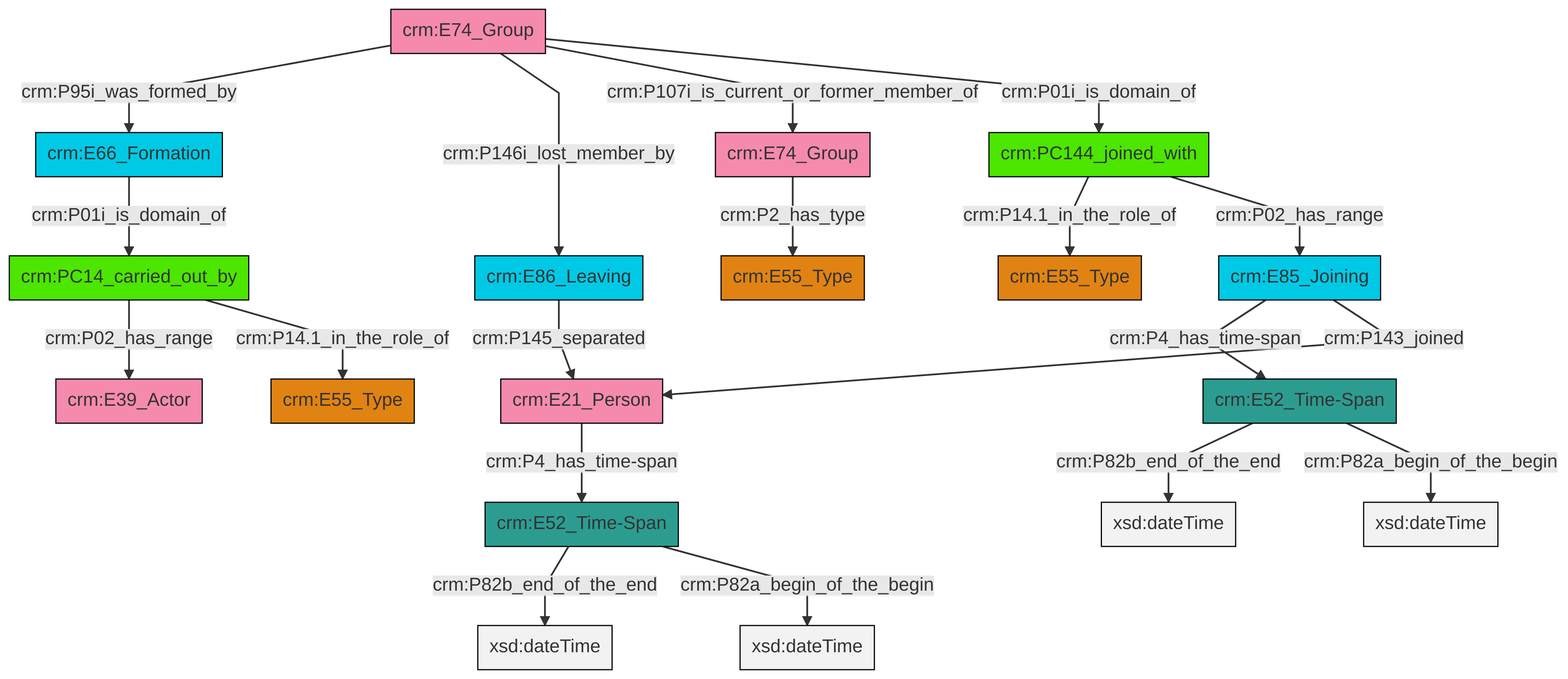
Earlier version of the Mermaid export et/groupCSV/ttl/mmd/png/group_actor_relations.png (swiss-art-research-net/docs.swissartresearch). Its source is kept beside it as et/groupCSV/ttl/mmd/group_actor_relations.ttl.mmd. Its diagram source:
```mermaid
graph TD
classDef Literal fill:#f2f2f2,stroke:#000000;
classDef CRM_Entity fill:#FFFFFF,stroke:#000000;
classDef Temporal_Entity fill:#00C9E6, stroke:#000000;
classDef Type fill:#E18312, stroke:#000000;
classDef Time-Span fill:#2C9C91, stroke:#000000;
classDef Appellation fill:#FFEB7F, stroke:#000000;
classDef Place fill:#008836, stroke:#000000;
classDef Persistent_Item fill:#B266B2, stroke:#000000;
classDef Conceptual_Object fill:#FFD700, stroke:#000000;
classDef Physical_Thing fill:#D2B48C, stroke:#000000;
classDef Actor fill:#f58aad, stroke:#000000;
classDef PC_Classes fill:#4ce600, stroke:#000000;
classDef Multi fill:#cccccc,stroke:#000000;

2["crm:E74_Group"]:::Actor -->|crm:P95i_was_formed_by| 3["crm:E66_Formation"]:::Temporal_Entity
2["crm:E74_Group"]:::Actor -->|crm:P146i_lost_member_by| 6["crm:E86_Leaving"]:::Temporal_Entity
6["crm:E86_Leaving"]:::Temporal_Entity -->|crm:P145_separated| 9["crm:E21_Person"]:::Actor
10["crm:PC144_joined_with"]:::PC_Classes -->|crm:P14.1_in_the_role_of| 0["crm:E55_Type"]:::Type
9["crm:E21_Person"]:::Actor -->|crm:P4_has_time-span| 12["crm:E52_Time-Span"]:::Time-Span
15["crm:PC14_carried_out_by"]:::PC_Classes -->|crm:P02_has_range| 16["crm:E39_Actor"]:::Actor
18["crm:E85_Joining"]:::Temporal_Entity -->|crm:P4_has_time-span| 19["crm:E52_Time-Span"]:::Time-Span
7["crm:E74_Group"]:::Actor -->|crm:P2_has_type| 20["crm:E55_Type"]:::Type
2["crm:E74_Group"]:::Actor -->|crm:P107i_is_current_or_former_member_of| 7["crm:E74_Group"]:::Actor
12["crm:E52_Time-Span"]:::Time-Span -->|crm:P82b_end_of_the_end| 21[xsd:dateTime]:::Literal
3["crm:E66_Formation"]:::Temporal_Entity -->|crm:P01i_is_domain_of| 15["crm:PC14_carried_out_by"]:::PC_Classes
12["crm:E52_Time-Span"]:::Time-Span -->|crm:P82a_begin_of_the_begin| 22[xsd:dateTime]:::Literal
19["crm:E52_Time-Span"]:::Time-Span -->|crm:P82b_end_of_the_end| 24[xsd:dateTime]:::Literal
10["crm:PC144_joined_with"]:::PC_Classes -->|crm:P02_has_range| 18["crm:E85_Joining"]:::Temporal_Entity
18["crm:E85_Joining"]:::Temporal_Entity -->|crm:P143_joined| 9["crm:E21_Person"]:::Actor
2["crm:E74_Group"]:::Actor -->|crm:P01i_is_domain_of| 10["crm:PC144_joined_with"]:::PC_Classes
15["crm:PC14_carried_out_by"]:::PC_Classes -->|crm:P14.1_in_the_role_of| 4["crm:E55_Type"]:::Type
19["crm:E52_Time-Span"]:::Time-Span -->|crm:P82a_begin_of_the_begin| 32[xsd:dateTime]:::Literal
```
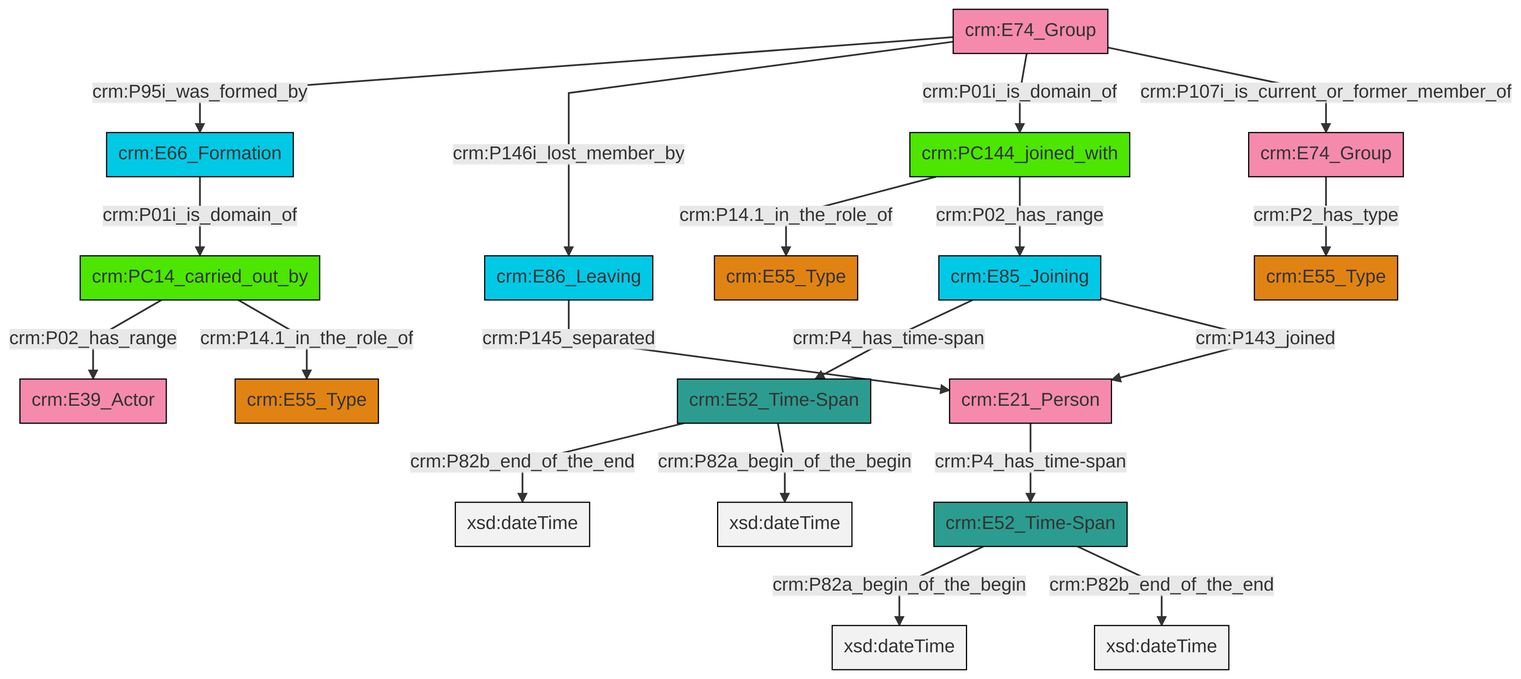
The same diagram one commit later.

Diff of the diagram source:
```diff
@@ -13,21 +13,21 @@
 classDef PC_Classes fill:#4ce600, stroke:#000000;
 classDef Multi fill:#cccccc,stroke:#000000;
 
-2["crm:E74_Group"]:::Actor -->|crm:P95i_was_formed_by| 3["crm:E66_Formation"]:::Temporal_Entity
-2["crm:E74_Group"]:::Actor -->|crm:P146i_lost_member_by| 6["crm:E86_Leaving"]:::Temporal_Entity
-6["crm:E86_Leaving"]:::Temporal_Entity -->|crm:P145_separated| 9["crm:E21_Person"]:::Actor
-10["crm:PC144_joined_with"]:::PC_Classes -->|crm:P14.1_in_the_role_of| 0["crm:E55_Type"]:::Type
-9["crm:E21_Person"]:::Actor -->|crm:P4_has_time-span| 12["crm:E52_Time-Span"]:::Time-Span
-15["crm:PC14_carried_out_by"]:::PC_Classes -->|crm:P02_has_range| 16["crm:E39_Actor"]:::Actor
-18["crm:E85_Joining"]:::Temporal_Entity -->|crm:P4_has_time-span| 19["crm:E52_Time-Span"]:::Time-Span
-7["crm:E74_Group"]:::Actor -->|crm:P2_has_type| 20["crm:E55_Type"]:::Type
-2["crm:E74_Group"]:::Actor -->|crm:P107i_is_current_or_former_member_of| 7["crm:E74_Group"]:::Actor
-12["crm:E52_Time-Span"]:::Time-Span -->|crm:P82b_end_of_the_end| 21[xsd:dateTime]:::Literal
-3["crm:E66_Formation"]:::Temporal_Entity -->|crm:P01i_is_domain_of| 15["crm:PC14_carried_out_by"]:::PC_Classes
-12["crm:E52_Time-Span"]:::Time-Span -->|crm:P82a_begin_of_the_begin| 22[xsd:dateTime]:::Literal
-19["crm:E52_Time-Span"]:::Time-Span -->|crm:P82b_end_of_the_end| 24[xsd:dateTime]:::Literal
-10["crm:PC144_joined_with"]:::PC_Classes -->|crm:P02_has_range| 18["crm:E85_Joining"]:::Temporal_Entity
-18["crm:E85_Joining"]:::Temporal_Entity -->|crm:P143_joined| 9["crm:E21_Person"]:::Actor
-2["crm:E74_Group"]:::Actor -->|crm:P01i_is_domain_of| 10["crm:PC144_joined_with"]:::PC_Classes
-15["crm:PC14_carried_out_by"]:::PC_Classes -->|crm:P14.1_in_the_role_of| 4["crm:E55_Type"]:::Type
-19["crm:E52_Time-Span"]:::Time-Span -->|crm:P82a_begin_of_the_begin| 32[xsd:dateTime]:::Literal
+0["crm:E52_Time-Span"]:::Time-Span -->|crm:P82a_begin_of_the_begin| 1[xsd:dateTime]:::Literal
+8["crm:E74_Group"]:::Actor -->|crm:P95i_was_formed_by| 9["crm:E66_Formation"]:::Temporal_Entity
+9["crm:E66_Formation"]:::Temporal_Entity -->|crm:P01i_is_domain_of| 12["crm:PC14_carried_out_by"]:::PC_Classes
+13["crm:E52_Time-Span"]:::Time-Span -->|crm:P82b_end_of_the_end| 19[xsd:dateTime]:::Literal
+20["crm:PC144_joined_with"]:::PC_Classes -->|crm:P14.1_in_the_role_of| 6["crm:E55_Type"]:::Type
+23["crm:E21_Person"]:::Actor -->|crm:P4_has_time-span| 0["crm:E52_Time-Span"]:::Time-Span
+15["crm:E85_Joining"]:::Temporal_Entity -->|crm:P4_has_time-span| 13["crm:E52_Time-Span"]:::Time-Span
+12["crm:PC14_carried_out_by"]:::PC_Classes -->|crm:P02_has_range| 24["crm:E39_Actor"]:::Actor
+8["crm:E74_Group"]:::Actor -->|crm:P146i_lost_member_by| 4["crm:E86_Leaving"]:::Temporal_Entity
+10["crm:E74_Group"]:::Actor -->|crm:P2_has_type| 2["crm:E55_Type"]:::Type
+0["crm:E52_Time-Span"]:::Time-Span -->|crm:P82b_end_of_the_end| 26[xsd:dateTime]:::Literal
+8["crm:E74_Group"]:::Actor -->|crm:P01i_is_domain_of| 20["crm:PC144_joined_with"]:::PC_Classes
+12["crm:PC14_carried_out_by"]:::PC_Classes -->|crm:P14.1_in_the_role_of| 17["crm:E55_Type"]:::Type
+15["crm:E85_Joining"]:::Temporal_Entity -->|crm:P143_joined| 23["crm:E21_Person"]:::Actor
+20["crm:PC144_joined_with"]:::PC_Classes -->|crm:P02_has_range| 15["crm:E85_Joining"]:::Temporal_Entity
+13["crm:E52_Time-Span"]:::Time-Span -->|crm:P82a_begin_of_the_begin| 33[xsd:dateTime]:::Literal
+8["crm:E74_Group"]:::Actor -->|crm:P107i_is_current_or_former_member_of| 10["crm:E74_Group"]:::Actor
+4["crm:E86_Leaving"]:::Temporal_Entity -->|crm:P145_separated| 23["crm:E21_Person"]:::Actor
```
